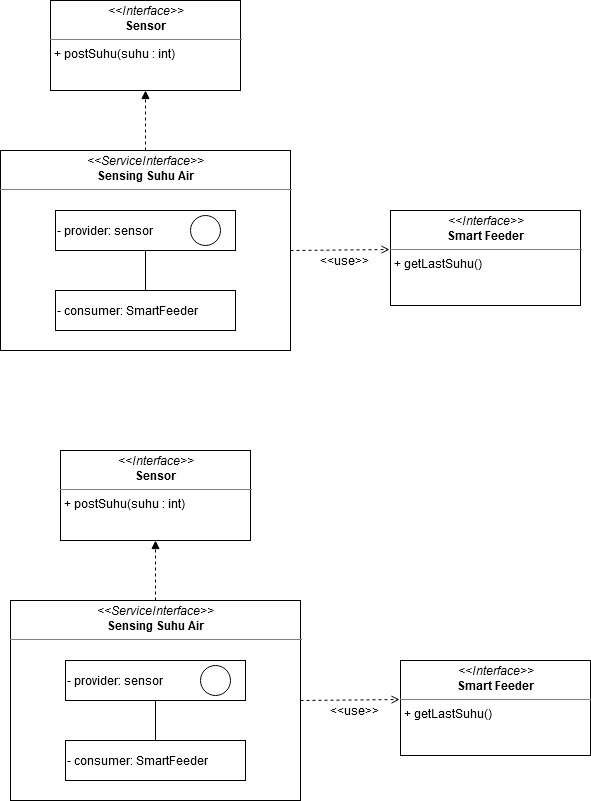
The draw.io diagram serviceinterface.png in shadow17t/diagram, before a commit. Source tidied: cells renumbered, new cells last; positions are measured from the earlier drawing's top-left corner, leaving out a move shared by most shapes.
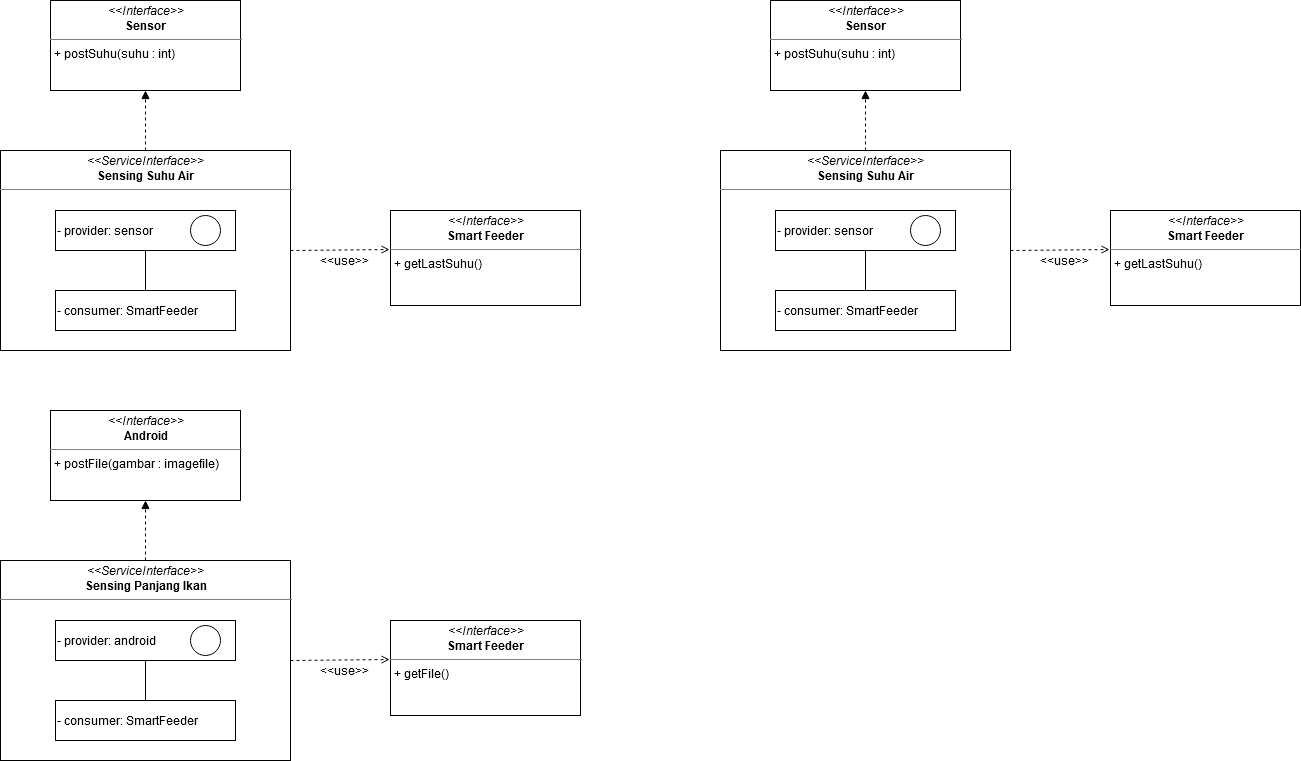
Above is the later version.

The edit, as a diff of the source:
```diff
@@ -3,19 +3,19 @@
     <mxCell id="0" />
     <mxCell id="1" parent="0" />
     <mxCell id="2" value="&lt;p style=&quot;margin: 0px ; margin-top: 4px ; text-align: center&quot;&gt;&lt;i&gt;&amp;lt;&amp;lt;Interface&amp;gt;&amp;gt;&lt;/i&gt;&lt;br&gt;&lt;b&gt;Sensor&lt;br&gt;&lt;/b&gt;&lt;/p&gt;&lt;hr size=&quot;1&quot;&gt;&lt;p style=&quot;margin: 0px ; margin-left: 4px&quot;&gt;+ postSuhu(suhu : int)&lt;br&gt;&lt;/p&gt;" style="verticalAlign=top;align=left;overflow=fill;fontSize=12;fontFamily=Helvetica;html=1;" parent="1" vertex="1">
-      <mxGeometry x="50" width="190" height="90" as="geometry" />
+      <mxGeometry y="-30" width="190" height="90" as="geometry" />
     </mxCell>
     <mxCell id="3" value="&lt;p style=&quot;margin: 0px ; margin-top: 4px ; text-align: center&quot;&gt;&lt;i&gt;&amp;lt;&amp;lt;ServiceInterface&amp;gt;&amp;gt;&lt;/i&gt;&lt;br&gt;&lt;b&gt;Sensing Suhu Air&lt;br&gt;&lt;/b&gt;&lt;/p&gt;&lt;hr size=&quot;1&quot;&gt;" style="verticalAlign=top;align=left;overflow=fill;fontSize=12;fontFamily=Helvetica;html=1;" parent="1" vertex="1">
-      <mxGeometry y="150" width="290" height="200" as="geometry" />
+      <mxGeometry x="-50" y="120" width="290" height="200" as="geometry" />
     </mxCell>
     <mxCell id="4" value="&lt;div align=&quot;left&quot;&gt;- provider: sensor&lt;/div&gt;" style="rounded=0;whiteSpace=wrap;html=1;align=left;" parent="1" vertex="1">
-      <mxGeometry x="55" y="210" width="180" height="40" as="geometry" />
+      <mxGeometry x="5" y="180" width="180" height="40" as="geometry" />
     </mxCell>
     <mxCell id="5" style="ellipse;whiteSpace=wrap;html=1;" parent="1" vertex="1">
-      <mxGeometry x="190" y="215" width="30" height="30" as="geometry" />
+      <mxGeometry x="140" y="185" width="30" height="30" as="geometry" />
     </mxCell>
     <mxCell id="6" value="&lt;div align=&quot;left&quot;&gt;- consumer: SmartFeeder&lt;/div&gt;" style="rounded=0;whiteSpace=wrap;html=1;align=left;" parent="1" vertex="1">
-      <mxGeometry x="55" y="290" width="180" height="40" as="geometry" />
+      <mxGeometry x="5" y="260" width="180" height="40" as="geometry" />
     </mxCell>
     <mxCell id="7" style="endArrow=none;html=1;exitX=0.5;exitY=0;exitDx=0;exitDy=0;entryX=0.5;entryY=1;entryDx=0;entryDy=0;" parent="1" edge="1" source="6" target="4">
       <mxGeometry relative="1" as="geometry" />
@@ -24,28 +24,28 @@
       <mxGeometry relative="1" as="geometry" />
     </mxCell>
     <mxCell id="9" value="&lt;p style=&quot;margin: 0px ; margin-top: 4px ; text-align: center&quot;&gt;&lt;i&gt;&amp;lt;&amp;lt;Interface&amp;gt;&amp;gt;&lt;/i&gt;&lt;br&gt;&lt;b&gt;Smart Feeder&lt;br&gt;&lt;/b&gt;&lt;/p&gt;&lt;hr size=&quot;1&quot;&gt;&lt;p style=&quot;margin: 0px ; margin-left: 4px&quot;&gt;+ getLastSuhu()&lt;br&gt;&lt;/p&gt;" style="verticalAlign=top;align=left;overflow=fill;fontSize=12;fontFamily=Helvetica;html=1;" parent="1" vertex="1">
-      <mxGeometry x="390" y="210" width="190" height="95" as="geometry" />
+      <mxGeometry x="340" y="180" width="190" height="95" as="geometry" />
     </mxCell>
     <mxCell id="10" style="endArrow=open;html=1;dashed=1;exitX=1;exitY=0.5;exitDx=0;exitDy=0;entryX=-0.005;entryY=0.411;entryDx=0;entryDy=0;entryPerimeter=0;endFill=0;" parent="1" edge="1" source="3" target="9">
       <mxGeometry relative="1" as="geometry" />
     </mxCell>
     <mxCell id="11" value="&amp;lt;&amp;lt;use&amp;gt;&amp;gt;" style="text;html=1;strokeColor=none;fillColor=none;align=center;verticalAlign=middle;whiteSpace=wrap;rounded=0;" parent="1" vertex="1">
-      <mxGeometry x="324" y="250" width="40" height="20" as="geometry" />
+      <mxGeometry x="274" y="220" width="40" height="20" as="geometry" />
     </mxCell>
-    <mxCell id="12" value="&lt;p style=&quot;margin: 0px ; margin-top: 4px ; text-align: center&quot;&gt;&lt;i&gt;&amp;lt;&amp;lt;Interface&amp;gt;&amp;gt;&lt;/i&gt;&lt;br&gt;&lt;b&gt;Sensor&lt;br&gt;&lt;/b&gt;&lt;/p&gt;&lt;hr size=&quot;1&quot;&gt;&lt;p style=&quot;margin: 0px ; margin-left: 4px&quot;&gt;+ postSuhu(suhu : int)&lt;br&gt;&lt;/p&gt;" style="verticalAlign=top;align=left;overflow=fill;fontSize=12;fontFamily=Helvetica;html=1;" parent="1" vertex="1">
-      <mxGeometry x="60" y="450" width="190" height="90" as="geometry" />
+    <mxCell id="12" value="&lt;p style=&quot;margin: 0px ; margin-top: 4px ; text-align: center&quot;&gt;&lt;i&gt;&amp;lt;&amp;lt;Interface&amp;gt;&amp;gt;&lt;/i&gt;&lt;br&gt;&lt;b&gt;Android&lt;br&gt;&lt;/b&gt;&lt;/p&gt;&lt;hr size=&quot;1&quot;&gt;&lt;p style=&quot;margin: 0px ; margin-left: 4px&quot;&gt;+ postFile(gambar : imagefile)&lt;br&gt;&lt;/p&gt;" style="verticalAlign=top;align=left;overflow=fill;fontSize=12;fontFamily=Helvetica;html=1;" parent="1" vertex="1">
+      <mxGeometry y="380" width="190" height="90" as="geometry" />
     </mxCell>
-    <mxCell id="13" value="&lt;p style=&quot;margin: 0px ; margin-top: 4px ; text-align: center&quot;&gt;&lt;i&gt;&amp;lt;&amp;lt;ServiceInterface&amp;gt;&amp;gt;&lt;/i&gt;&lt;br&gt;&lt;b&gt;Sensing Suhu Air&lt;br&gt;&lt;/b&gt;&lt;/p&gt;&lt;hr size=&quot;1&quot;&gt;" style="verticalAlign=top;align=left;overflow=fill;fontSize=12;fontFamily=Helvetica;html=1;" parent="1" vertex="1">
-      <mxGeometry x="10" y="600" width="290" height="200" as="geometry" />
+    <mxCell id="13" value="&lt;p style=&quot;margin: 0px ; margin-top: 4px ; text-align: center&quot;&gt;&lt;i&gt;&amp;lt;&amp;lt;ServiceInterface&amp;gt;&amp;gt;&lt;/i&gt;&lt;br&gt;&lt;b&gt;Sensing Panjang Ikan&lt;br&gt;&lt;/b&gt;&lt;/p&gt;&lt;hr size=&quot;1&quot;&gt;" style="verticalAlign=top;align=left;overflow=fill;fontSize=12;fontFamily=Helvetica;html=1;" parent="1" vertex="1">
+      <mxGeometry x="-50" y="530" width="290" height="200" as="geometry" />
     </mxCell>
-    <mxCell id="14" value="&lt;div align=&quot;left&quot;&gt;- provider: sensor&lt;/div&gt;" style="rounded=0;whiteSpace=wrap;html=1;align=left;" parent="1" vertex="1">
-      <mxGeometry x="65" y="660" width="180" height="40" as="geometry" />
+    <mxCell id="14" value="&lt;div align=&quot;left&quot;&gt;- provider: android&lt;/div&gt;" style="rounded=0;whiteSpace=wrap;html=1;align=left;" parent="1" vertex="1">
+      <mxGeometry x="5" y="590" width="180" height="40" as="geometry" />
     </mxCell>
     <mxCell id="15" style="ellipse;whiteSpace=wrap;html=1;" parent="1" vertex="1">
-      <mxGeometry x="200" y="665" width="30" height="30" as="geometry" />
+      <mxGeometry x="140" y="595" width="30" height="30" as="geometry" />
     </mxCell>
     <mxCell id="16" value="&lt;div align=&quot;left&quot;&gt;- consumer: SmartFeeder&lt;/div&gt;" style="rounded=0;whiteSpace=wrap;html=1;align=left;" parent="1" vertex="1">
-      <mxGeometry x="65" y="740" width="180" height="40" as="geometry" />
+      <mxGeometry x="5" y="670" width="180" height="40" as="geometry" />
     </mxCell>
     <mxCell id="17" style="endArrow=none;html=1;exitX=0.5;exitY=0;exitDx=0;exitDy=0;entryX=0.5;entryY=1;entryDx=0;entryDy=0;" parent="1" edge="1" source="16" target="14">
       <mxGeometry relative="1" as="geometry" />
@@ -53,14 +53,44 @@
     <mxCell id="18" style="endArrow=block;html=1;entryX=0.5;entryY=1;entryDx=0;entryDy=0;exitX=0.5;exitY=0;exitDx=0;exitDy=0;dashed=1;endFill=1;" parent="1" edge="1" source="13" target="12">
       <mxGeometry relative="1" as="geometry" />
     </mxCell>
-    <mxCell id="19" value="&lt;p style=&quot;margin: 0px ; margin-top: 4px ; text-align: center&quot;&gt;&lt;i&gt;&amp;lt;&amp;lt;Interface&amp;gt;&amp;gt;&lt;/i&gt;&lt;br&gt;&lt;b&gt;Smart Feeder&lt;br&gt;&lt;/b&gt;&lt;/p&gt;&lt;hr size=&quot;1&quot;&gt;&lt;p style=&quot;margin: 0px ; margin-left: 4px&quot;&gt;+ getLastSuhu()&lt;br&gt;&lt;/p&gt;" style="verticalAlign=top;align=left;overflow=fill;fontSize=12;fontFamily=Helvetica;html=1;" parent="1" vertex="1">
-      <mxGeometry x="400" y="660" width="190" height="95" as="geometry" />
+    <mxCell id="19" value="&lt;p style=&quot;margin: 0px ; margin-top: 4px ; text-align: center&quot;&gt;&lt;i&gt;&amp;lt;&amp;lt;Interface&amp;gt;&amp;gt;&lt;/i&gt;&lt;br&gt;&lt;b&gt;Smart Feeder&lt;br&gt;&lt;/b&gt;&lt;/p&gt;&lt;hr size=&quot;1&quot;&gt;&lt;p style=&quot;margin: 0px ; margin-left: 4px&quot;&gt;+ getFile()&lt;br&gt;&lt;/p&gt;" style="verticalAlign=top;align=left;overflow=fill;fontSize=12;fontFamily=Helvetica;html=1;" parent="1" vertex="1">
+      <mxGeometry x="340" y="590" width="190" height="95" as="geometry" />
     </mxCell>
     <mxCell id="20" style="endArrow=open;html=1;dashed=1;exitX=1;exitY=0.5;exitDx=0;exitDy=0;entryX=-0.005;entryY=0.411;entryDx=0;entryDy=0;entryPerimeter=0;endFill=0;" parent="1" edge="1" source="13" target="19">
       <mxGeometry relative="1" as="geometry" />
     </mxCell>
     <mxCell id="21" value="&amp;lt;&amp;lt;use&amp;gt;&amp;gt;" style="text;html=1;strokeColor=none;fillColor=none;align=center;verticalAlign=middle;whiteSpace=wrap;rounded=0;" parent="1" vertex="1">
-      <mxGeometry x="334" y="700" width="40" height="20" as="geometry" />
+      <mxGeometry x="274" y="630" width="40" height="20" as="geometry" />
     </mxCell>
+    <mxCell id="22" value="&lt;p style=&quot;margin: 0px ; margin-top: 4px ; text-align: center&quot;&gt;&lt;i&gt;&amp;lt;&amp;lt;Interface&amp;gt;&amp;gt;&lt;/i&gt;&lt;br&gt;&lt;b&gt;Sensor&lt;br&gt;&lt;/b&gt;&lt;/p&gt;&lt;hr size=&quot;1&quot;&gt;&lt;p style=&quot;margin: 0px ; margin-left: 4px&quot;&gt;+ postSuhu(suhu : int)&lt;br&gt;&lt;/p&gt;" style="verticalAlign=top;align=left;overflow=fill;fontSize=12;fontFamily=Helvetica;html=1;" parent="1" vertex="1">
+      <mxGeometry x="720" y="-30" width="190" height="90" as="geometry" />
+    </mxCell>
+    <mxCell id="23" value="&lt;p style=&quot;margin: 0px ; margin-top: 4px ; text-align: center&quot;&gt;&lt;i&gt;&amp;lt;&amp;lt;ServiceInterface&amp;gt;&amp;gt;&lt;/i&gt;&lt;br&gt;&lt;b&gt;Sensing Suhu Air&lt;br&gt;&lt;/b&gt;&lt;/p&gt;&lt;hr size=&quot;1&quot;&gt;" style="verticalAlign=top;align=left;overflow=fill;fontSize=12;fontFamily=Helvetica;html=1;" parent="1" vertex="1">
+      <mxGeometry x="670" y="120" width="290" height="200" as="geometry" />
+    </mxCell>
+    <mxCell id="24" value="&lt;div align=&quot;left&quot;&gt;- provider: sensor&lt;/div&gt;" style="rounded=0;whiteSpace=wrap;html=1;align=left;" parent="1" vertex="1">
+      <mxGeometry x="725" y="180" width="180" height="40" as="geometry" />
+    </mxCell>
+    <mxCell id="25" style="ellipse;whiteSpace=wrap;html=1;" parent="1" vertex="1">
+      <mxGeometry x="860" y="185" width="30" height="30" as="geometry" />
+    </mxCell>
+    <mxCell id="26" value="&lt;div align=&quot;left&quot;&gt;- consumer: SmartFeeder&lt;/div&gt;" style="rounded=0;whiteSpace=wrap;html=1;align=left;" parent="1" vertex="1">
+      <mxGeometry x="725" y="260" width="180" height="40" as="geometry" />
+    </mxCell>
+    <mxCell id="27" style="endArrow=none;html=1;exitX=0.5;exitY=0;exitDx=0;exitDy=0;entryX=0.5;entryY=1;entryDx=0;entryDy=0;" parent="1" edge="1" source="26" target="24">
+      <mxGeometry relative="1" as="geometry" />
+    </mxCell>
+    <mxCell id="28" style="endArrow=block;html=1;entryX=0.5;entryY=1;entryDx=0;entryDy=0;exitX=0.5;exitY=0;exitDx=0;exitDy=0;dashed=1;endFill=1;" parent="1" edge="1" source="23" target="22">
+      <mxGeometry relative="1" as="geometry" />
+    </mxCell>
+    <mxCell id="29" value="&lt;p style=&quot;margin: 0px ; margin-top: 4px ; text-align: center&quot;&gt;&lt;i&gt;&amp;lt;&amp;lt;Interface&amp;gt;&amp;gt;&lt;/i&gt;&lt;br&gt;&lt;b&gt;Smart Feeder&lt;br&gt;&lt;/b&gt;&lt;/p&gt;&lt;hr size=&quot;1&quot;&gt;&lt;p style=&quot;margin: 0px ; margin-left: 4px&quot;&gt;+ getLastSuhu()&lt;br&gt;&lt;/p&gt;" style="verticalAlign=top;align=left;overflow=fill;fontSize=12;fontFamily=Helvetica;html=1;" parent="1" vertex="1">
+      <mxGeometry x="1060" y="180" width="190" height="95" as="geometry" />
+    </mxCell>
+    <mxCell id="30" style="endArrow=open;html=1;dashed=1;exitX=1;exitY=0.5;exitDx=0;exitDy=0;entryX=-0.005;entryY=0.411;entryDx=0;entryDy=0;entryPerimeter=0;endFill=0;" parent="1" edge="1" source="23" target="29">
+      <mxGeometry relative="1" as="geometry" />
+    </mxCell>
+    <mxCell id="31" value="&amp;lt;&amp;lt;use&amp;gt;&amp;gt;" style="text;html=1;strokeColor=none;fillColor=none;align=center;verticalAlign=middle;whiteSpace=wrap;rounded=0;" parent="1" vertex="1">
+      <mxGeometry x="994" y="220" width="40" height="20" as="geometry" />
+    </mxCell>
   </root>
 </mxGraphModel>
```
